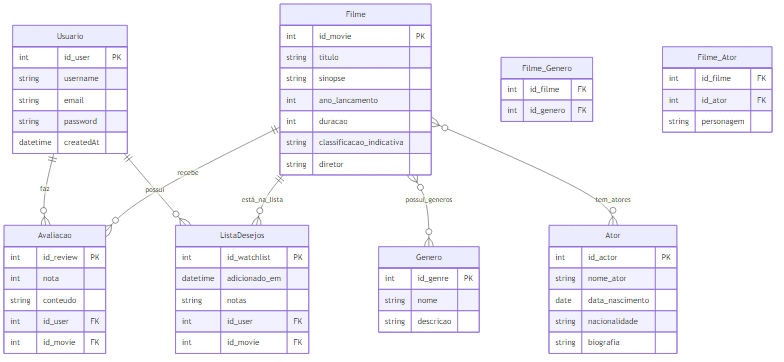
Above: diagram.png in Abraao8levi/trabalho-ii-persistencia-2025.2 (Mermaid), before the change. Its source is kept beside it as diagram.mmd.
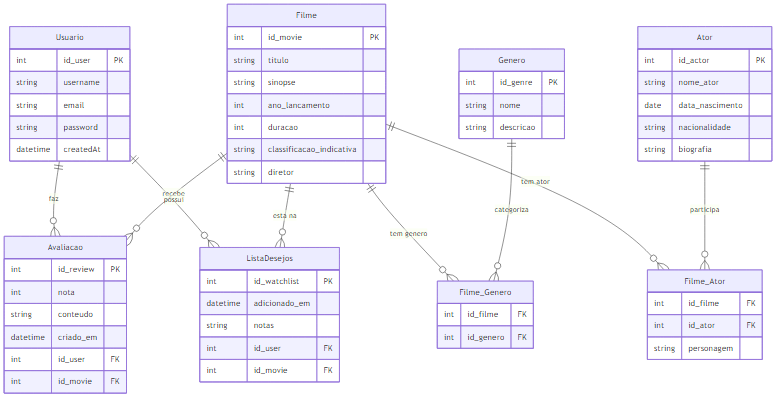
After the change.

Commit message:
diagrama ajustado e melhorado

What changed in the source:
```diff
@@ -17,22 +17,6 @@
         string diretor
     }
 
-    Avaliacao {
-        int id_review PK
-        int nota
-        string conteudo
-        int id_user FK
-        int id_movie FK
-    }
-
-    ListaDesejos {
-        int id_watchlist PK
-        datetime adicionado_em
-        string notas
-        int id_user FK
-        int id_movie FK
-    }
-
     Genero {
         int id_genre PK
         string nome
@@ -45,6 +29,23 @@
         date data_nascimento
         string nacionalidade
         string biografia
+    }
+
+    Avaliacao {
+        int id_review PK
+        int nota
+        string conteudo
+        datetime criado_em
+        int id_user FK
+        int id_movie FK
+    }
+
+    ListaDesejos {
+        int id_watchlist PK
+        datetime adicionado_em
+        string notas
+        int id_user FK
+        int id_movie FK
     }
 
     Filme_Genero {
@@ -60,7 +61,12 @@
 
     Usuario ||--o{ Avaliacao : "faz"
     Filme ||--o{ Avaliacao : "recebe"
+
     Usuario ||--o{ ListaDesejos : "possui"
-    Filme ||--o{ ListaDesejos : "está_na_lista"
-    Filme }o--o{ Genero : "possui_generos"
-    Filme }o--o{ Ator : "tem_atores"
+    Filme ||--o{ ListaDesejos : "esta na"
+
+    Filme ||--o{ Filme_Genero : "tem genero"
+    Genero ||--o{ Filme_Genero : "categoriza"
+
+    Filme ||--o{ Filme_Ator : "tem ator"
+    Ator ||--o{ Filme_Ator : "participa"
```
